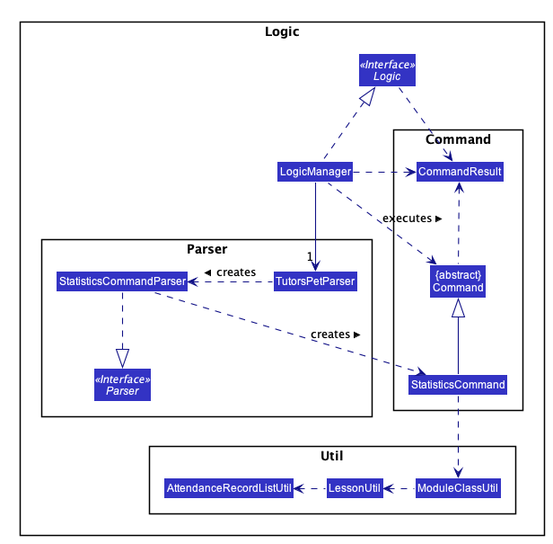
Earlier version of the PlantUML export docs/images/StatisticsClassDiagram.png (ypinhsuan/tp).
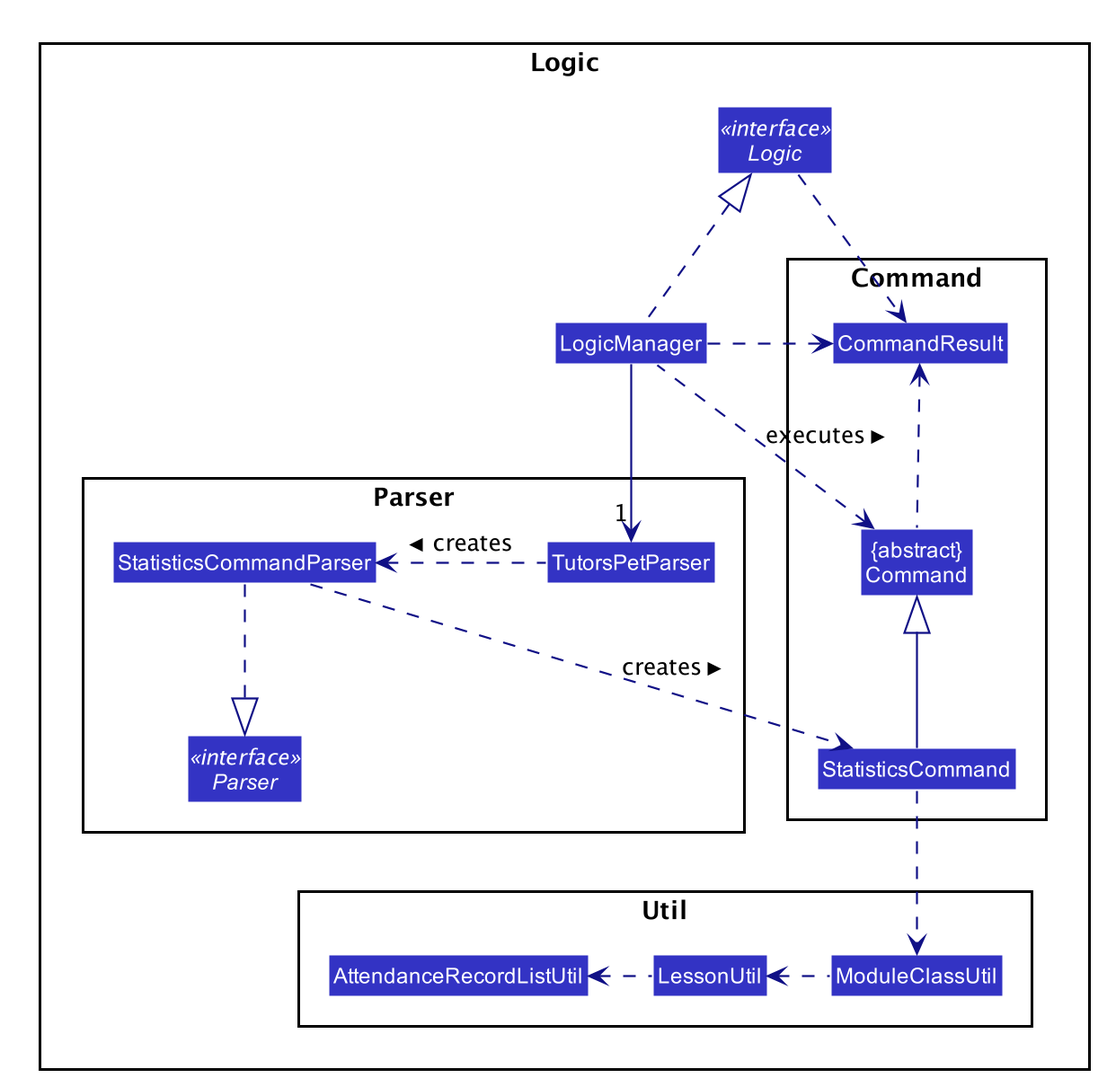
The same diagram one commit later.

What changed in the source:
```diff
@@ -55,7 +55,7 @@
 
 package Logic {
 
-Interface Logic <<Interface>> {
+Interface Logic <<interface>> {
 Class LogicManager
 }
 
@@ -66,7 +66,7 @@
 }
 
 package Parser {
-Interface Parser <<Interface>>
+Interface Parser <<interface>>
 Class StatisticsCommandParser
 Class CommandResult
 Class TutorsPetParser
```
